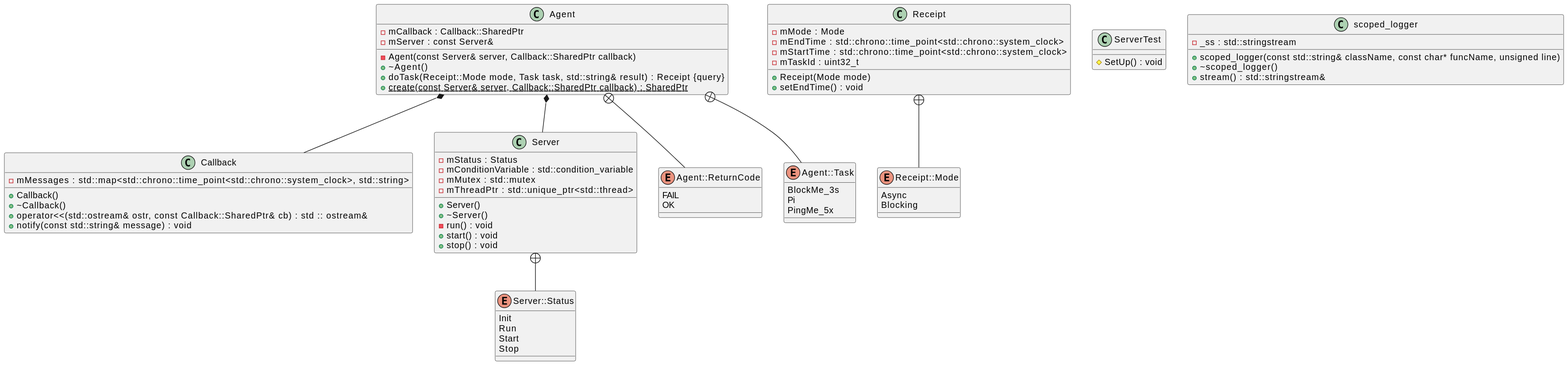
Earlier version of the PlantUML export diagrams/classdiagram.svg (h6wk/Cmder).
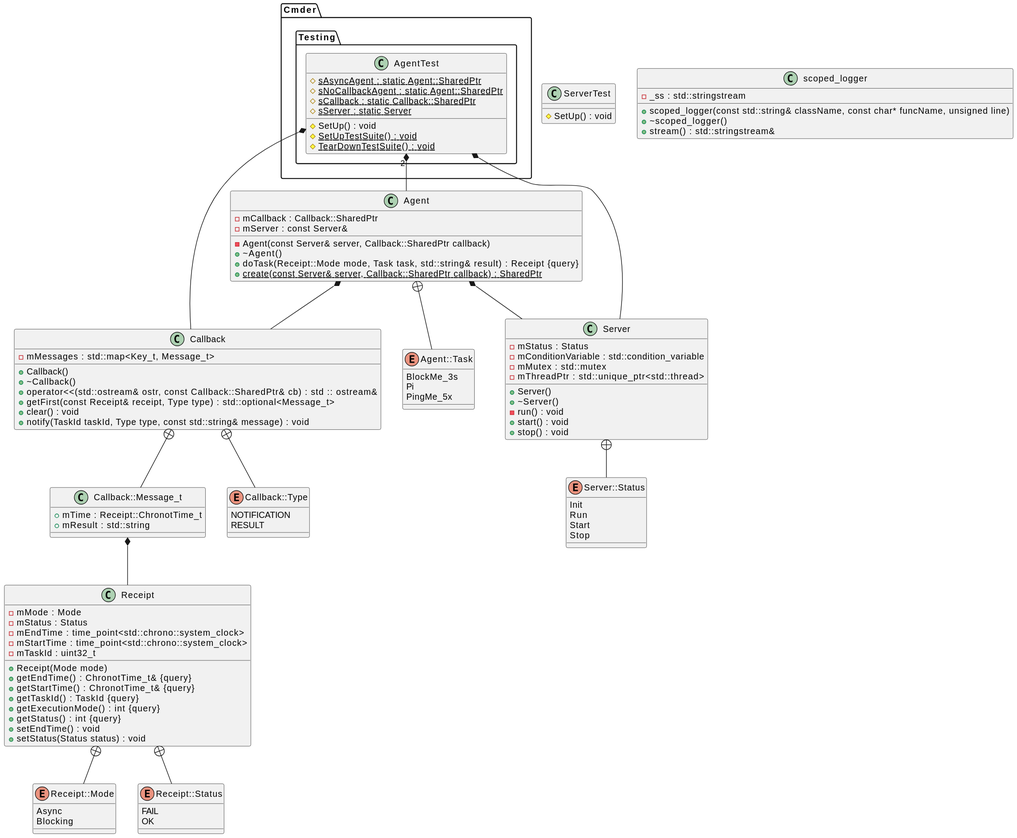
The same diagram one commit later.

Commit message:
Class diagram update

What changed in the source:
```diff
@@ -19,18 +19,27 @@
     +Callback()
     +~Callback()
     +operator<<(std::ostream& ostr, const Callback::SharedPtr& cb) : std :: ostream&
-    -mMessages : std::map<std::chrono::time_point<std::chrono::system_clock>, std::string>
-    +notify(const std::string& message) : void
+    -mMessages : std::map<Key_t, Message_t>
+    +getFirst(const Receipt& receipt, Type type) : std::optional<Message_t>
+    +clear() : void
+    +notify(TaskId taskId, Type type, const std::string& message) : void
 }
 
 
 class Receipt {
     +Receipt(Mode mode)
+    +getEndTime() : ChronotTime_t& {query}
+    +getStartTime() : ChronotTime_t& {query}
     -mMode : Mode
-    -mEndTime : std::chrono::time_point<std::chrono::system_clock>
-    -mStartTime : std::chrono::time_point<std::chrono::system_clock>
+    -mStatus : Status
+    +getTaskId() : TaskId {query}
+    +getExecutionMode() : int {query}
+    +getStatus() : int {query}
+    -mEndTime : time_point<std::chrono::system_clock>
+    -mStartTime : time_point<std::chrono::system_clock>
     -mTaskId : uint32_t
     +setEndTime() : void
+    +setStatus(Status status) : void
 }
 
 
@@ -52,12 +61,6 @@
 }
 
 
-enum Agent::ReturnCode {
-    FAIL
-    OK
-}
-
-
 enum Agent::Task {
     BlockMe_3s
     Pi
@@ -65,9 +68,21 @@
 }
 
 
+enum Callback::Type {
+    NOTIFICATION
+    RESULT
+}
+
+
 enum Receipt::Mode {
     Async
     Blocking
+}
+
+
+enum Receipt::Status {
+    FAIL
+    OK
 }
 
 
@@ -79,11 +94,32 @@
 }
 
 
+class Callback::Message_t {
+    +mTime : Receipt::ChronotTime_t
+    +mResult : std::string
+}
+
+
 class scoped_logger {
     +scoped_logger(const std::string& className, const char* funcName, unsigned line)
     +~scoped_logger()
     -_ss : std::stringstream
     +stream() : std::stringstream&
+}
+
+
+namespace Cmder {
+    namespace Testing {
+        class AgentTest {
+            #{static} sAsyncAgent : static Agent::SharedPtr
+            #{static} sNoCallbackAgent : static Agent::SharedPtr
+            #{static} sCallback : static Callback::SharedPtr
+            #{static} sServer : static Server
+            #SetUp() : void
+            #{static} SetUpTestSuite() : void
+            #{static} TearDownTestSuite() : void
+        }
+    }
 }
 
 
@@ -101,18 +137,36 @@
 .Agent *-- .Server
 
 
+Cmder.Testing.AgentTest "2" *-- .Agent
+
+
+Cmder.Testing.AgentTest *-- .Callback
+
+
+Cmder.Testing.AgentTest *-- .Server
+
+
+.Callback::Message_t *-- .Receipt
 
 
 
 
 
-.Agent +-- .Agent::ReturnCode
 
 
 .Agent +-- .Agent::Task
 
 
+.Callback +-- .Callback::Message_t
+
+
+.Callback +-- .Callback::Type
+
+
 .Receipt +-- .Receipt::Mode
+
+
+.Receipt +-- .Receipt::Status
 
 
 .Server +-- .Server::Status
```
